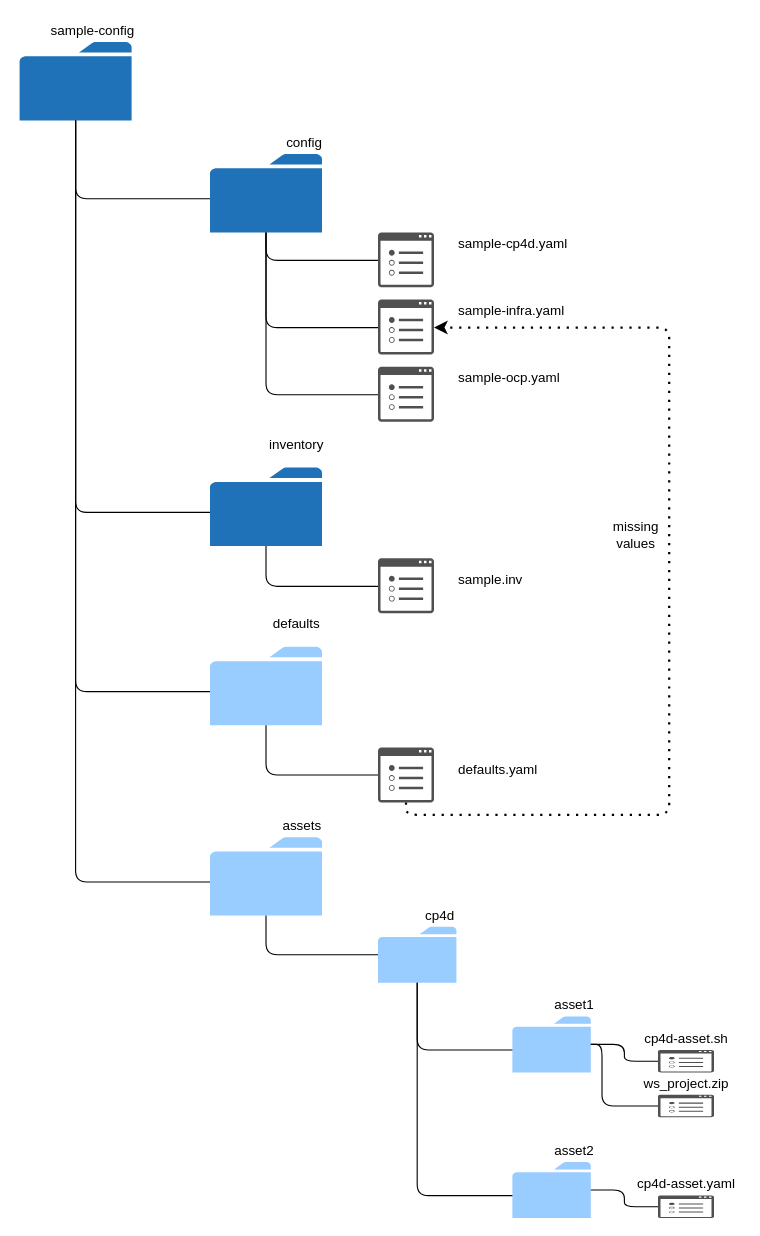
This is doc/src/pages/cp-deploy/configure/directory-structure.drawio from IBM/cloud-pak-deployer, a draw.io file, before an edit. Source tidied: cells renumbered, new cells numbered last; positions are measured from the earlier drawing's top-left corner, leaving out a move shared by most shapes. Both pictures are drawn from the tidied source at 112%, with x=0, y=0 at pixel (19, 19).
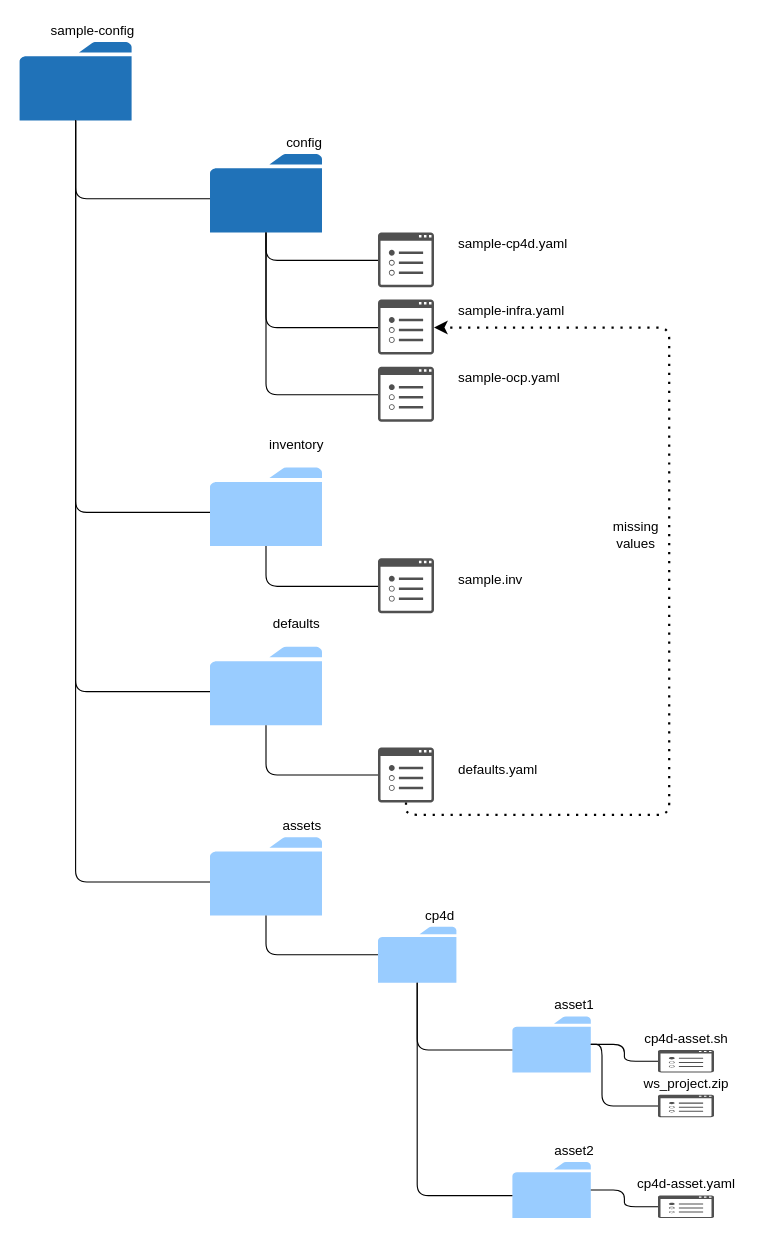
The same diagram, later.

What changed in the source:
```diff
@@
-    <mxCell id="5" style="sketch=0;shadow=0;dashed=0;html=1;strokeColor=none;labelPosition=center;verticalLabelPosition=bottom;verticalAlign=top;outlineConnect=0;align=center;shape=mxgraph.office.concepts.folder;fillColor=#2072B8;" parent="1" vertex="1">
+    <mxCell id="5" style="sketch=0;shadow=0;dashed=0;html=1;strokeColor=none;labelPosition=center;verticalLabelPosition=bottom;verticalAlign=top;outlineConnect=0;align=center;shape=mxgraph.office.concepts.folder;fillColor=#99CCFF;" parent="1" vertex="1">
       <mxGeometry x="170" y="400" width="100" height="70" as="geometry" />
     </mxCell>
```
